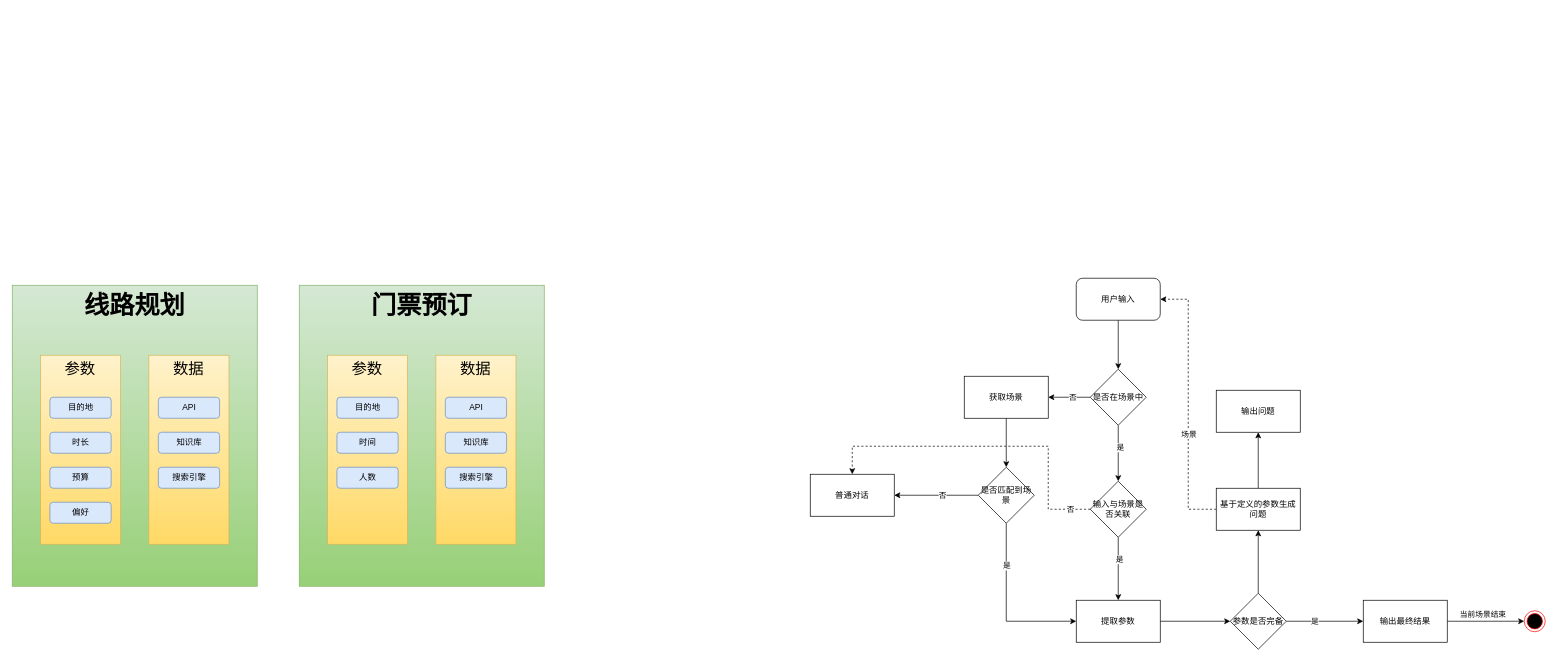
The draw.io diagram AI.drawio in z-cloud-z/draw, before the edit. Source tidied: cells renumbered, new cells numbered last; positions are measured from the earlier drawing's top-left corner, leaving out a move shared by most shapes. Both pictures are drawn from the tidied source at 70%, with x=0, y=0 at pixel (12, 278).
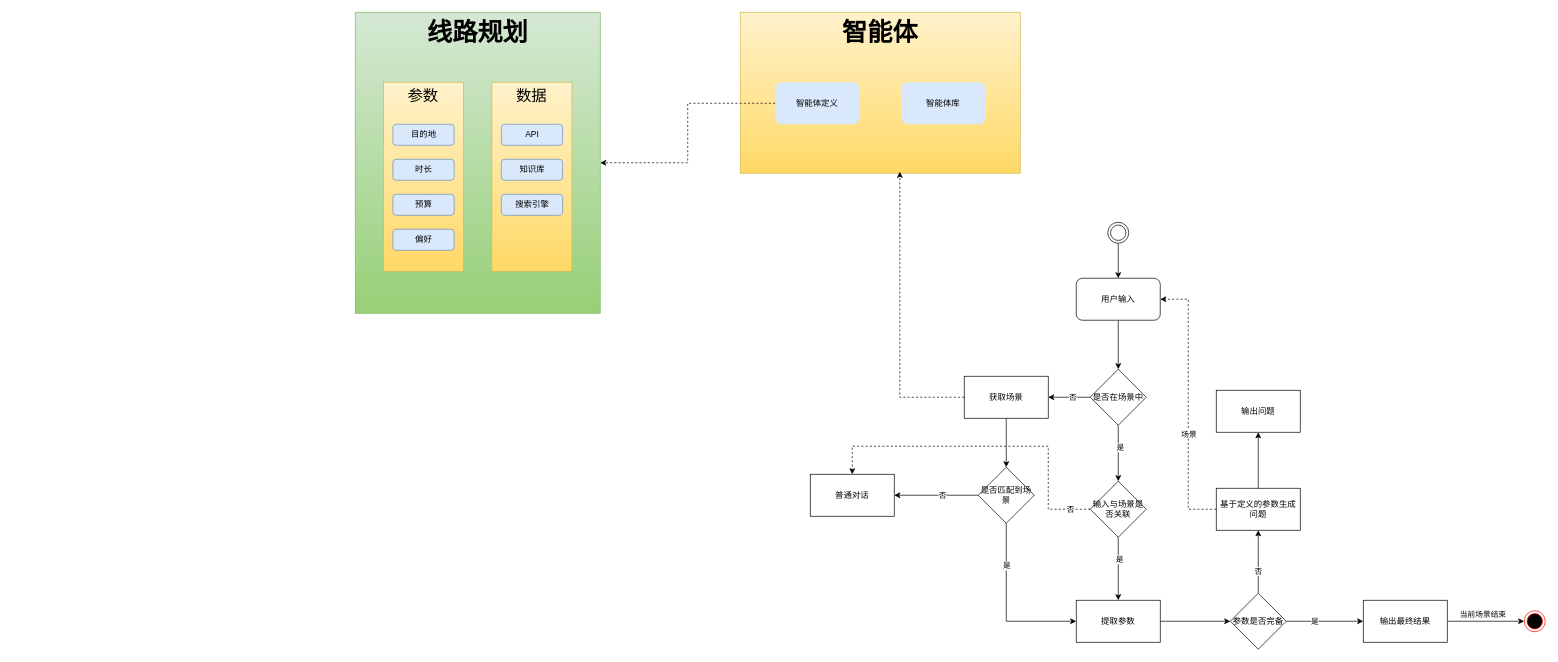
The same page after the edit.

Unchanged cells that the change refers to:
```xml
<mxCell id="3" value="用户输入" style="rounded=1;whiteSpace=wrap;html=1;" parent="1" vertex="1">
  <mxGeometry x="1520" width="120" height="60" as="geometry" />
</mxCell>
<mxCell id="5" value="线路规划" style="rounded=0;whiteSpace=wrap;html=1;verticalAlign=top;fontStyle=1;fontSize=36;fillColor=#d5e8d4;strokeColor=#82b366;gradientColor=#97d077;" parent="4" vertex="1">
  <mxGeometry width="350" height="430" as="geometry" />
</mxCell>
<mxCell id="24" value="获取场景" style="whiteSpace=wrap;html=1;rounded=0;" parent="1" vertex="1">
  <mxGeometry x="1360" y="140" width="120" height="60" as="geometry" />
</mxCell>
<mxCell id="37" style="edgeStyle=orthogonalEdgeStyle;rounded=0;jettySize=auto;html=1;" parent="1" edge="1" source="38" target="45">
  <mxGeometry relative="1" as="geometry" />
</mxCell>
```

Change to the diagram source:
```diff
@@
     <mxCell id="4" style="group;" parent="1" vertex="1">
-      <mxGeometry y="10" width="350" height="430" as="geometry" />
+      <mxGeometry x="490" y="-380" width="350" height="430" as="geometry" />
     </mxCell>
@@
+    <mxCell id="58" value="否" style="edgeLabel;html=1;align=center;verticalAlign=middle;" parent="37" vertex="1">
+      <mxGeometry x="-0.29" y="1" relative="1" as="geometry" />
+    </mxCell>
@@
-    <mxCell id="48" style="group;" parent="1" vertex="1">
-      <mxGeometry x="410" y="10" width="350" height="430" as="geometry" />
-    </mxCell>
-    <mxCell id="49" value="门票预订" style="rounded=0;whiteSpace=wrap;html=1;verticalAlign=top;fontStyle=1;fontSize=36;fillColor=#d5e8d4;strokeColor=#82b366;gradientColor=#97d077;" parent="48" vertex="1">
-      <mxGeometry width="350" height="430" as="geometry" />
-    </mxCell>
-    <mxCell id="50" value="参数" style="rounded=0;whiteSpace=wrap;html=1;verticalAlign=top;fontSize=22;strokeColor=#d6b656;fillColor=#fff2cc;gradientColor=#ffd966;" parent="48" vertex="1">
-      <mxGeometry x="40.4" y="100" width="114.4" height="270" as="geometry" />
-    </mxCell>
-    <mxCell id="51" value="目的地" style="text;html=1;align=center;verticalAlign=middle;whiteSpace=wrap;rounded=1;fillColor=#dae8fc;strokeColor=#6c8ebf;" parent="48" vertex="1">
-      <mxGeometry x="53.8" y="160" width="87.5" height="30" as="geometry" />
-    </mxCell>
-    <mxCell id="52" value="时间" style="text;html=1;align=center;verticalAlign=middle;whiteSpace=wrap;rounded=1;fillColor=#dae8fc;strokeColor=#6c8ebf;" parent="48" vertex="1">
-      <mxGeometry x="53.8" y="210" width="87.5" height="30" as="geometry" />
-    </mxCell>
-    <mxCell id="53" value="人数" style="text;html=1;align=center;verticalAlign=middle;whiteSpace=wrap;rounded=1;fillColor=#dae8fc;strokeColor=#6c8ebf;" parent="48" vertex="1">
-      <mxGeometry x="53.8" y="260" width="87.5" height="30" as="geometry" />
-    </mxCell>
-    <mxCell id="54" value="数据" style="rounded=0;whiteSpace=wrap;html=1;verticalAlign=top;fontSize=22;strokeColor=#d6b656;fillColor=#fff2cc;gradientColor=#ffd966;" parent="48" vertex="1">
-      <mxGeometry x="195.2" y="100" width="114.4" height="270" as="geometry" />
-    </mxCell>
-    <mxCell id="55" value="API" style="text;html=1;align=center;verticalAlign=middle;whiteSpace=wrap;rounded=1;fillColor=#dae8fc;strokeColor=#6c8ebf;" parent="48" vertex="1">
-      <mxGeometry x="208.7" y="160" width="87.5" height="30" as="geometry" />
-    </mxCell>
-    <mxCell id="56" value="知识库" style="text;html=1;align=center;verticalAlign=middle;whiteSpace=wrap;rounded=1;fillColor=#dae8fc;strokeColor=#6c8ebf;" parent="48" vertex="1">
-      <mxGeometry x="208.7" y="210" width="87.5" height="30" as="geometry" />
-    </mxCell>
-    <mxCell id="57" value="搜索引擎" style="text;html=1;align=center;verticalAlign=middle;whiteSpace=wrap;rounded=1;fillColor=#dae8fc;strokeColor=#6c8ebf;" parent="48" vertex="1">
-      <mxGeometry x="208.7" y="260" width="87.5" height="30" as="geometry" />
-    </mxCell>
+    <mxCell id="59" style="edgeStyle=orthogonalEdgeStyle;rounded=0;jettySize=auto;html=1;" parent="1" edge="1" source="60" target="3">
+      <mxGeometry relative="1" as="geometry" />
+    </mxCell>
+    <mxCell id="60" style="ellipse;shape=doubleEllipse;html=1;dashed=0;whiteSpace=wrap;" parent="1" vertex="1">
+      <mxGeometry x="1565" y="-80" width="30" height="30" as="geometry" />
+    </mxCell>
+    <mxCell id="61" style="group;" parent="1" vertex="1">
+      <mxGeometry x="1040" y="-380" width="400" height="230" as="geometry" />
+    </mxCell>
+    <mxCell id="62" value="&lt;font style=&quot;font-size: 36px;&quot;&gt;&lt;b&gt;智能体&lt;/b&gt;&lt;/font&gt;" style="rounded=0;whiteSpace=wrap;html=1;verticalAlign=top;fontSize=25;fillColor=#fff2cc;gradientColor=#ffd966;strokeColor=#d6b656;" parent="61" vertex="1">
+      <mxGeometry width="400" height="230" as="geometry" />
+    </mxCell>
+    <mxCell id="63" value="智能体定义" style="rounded=1;whiteSpace=wrap;html=1;fillColor=#dae8fc;strokeColor=none;" parent="61" vertex="1">
+      <mxGeometry x="50" y="100" width="120" height="60" as="geometry" />
+    </mxCell>
+    <mxCell id="64" value="智能体库" style="rounded=1;whiteSpace=wrap;html=1;fillColor=#dae8fc;strokeColor=none;" parent="61" vertex="1">
+      <mxGeometry x="230" y="100" width="120" height="60" as="geometry" />
+    </mxCell>
+    <mxCell id="65" style="edgeStyle=orthogonalEdgeStyle;rounded=0;jettySize=auto;html=1;entryX=0.57;entryY=0.991;entryDx=0;entryDy=0;entryPerimeter=0;dashed=1;" parent="1" edge="1" source="24" target="62">
+      <mxGeometry relative="1" as="geometry">
+        <Array as="points">
+          <mxPoint x="1268" y="170" />
+        </Array>
+      </mxGeometry>
+    </mxCell>
+    <mxCell id="66" style="edgeStyle=orthogonalEdgeStyle;rounded=0;jettySize=auto;html=1;entryX=1;entryY=0.5;entryDx=0;entryDy=0;dashed=1;" parent="1" edge="1" source="63" target="5">
+      <mxGeometry relative="1" as="geometry" />
+    </mxCell>
```
